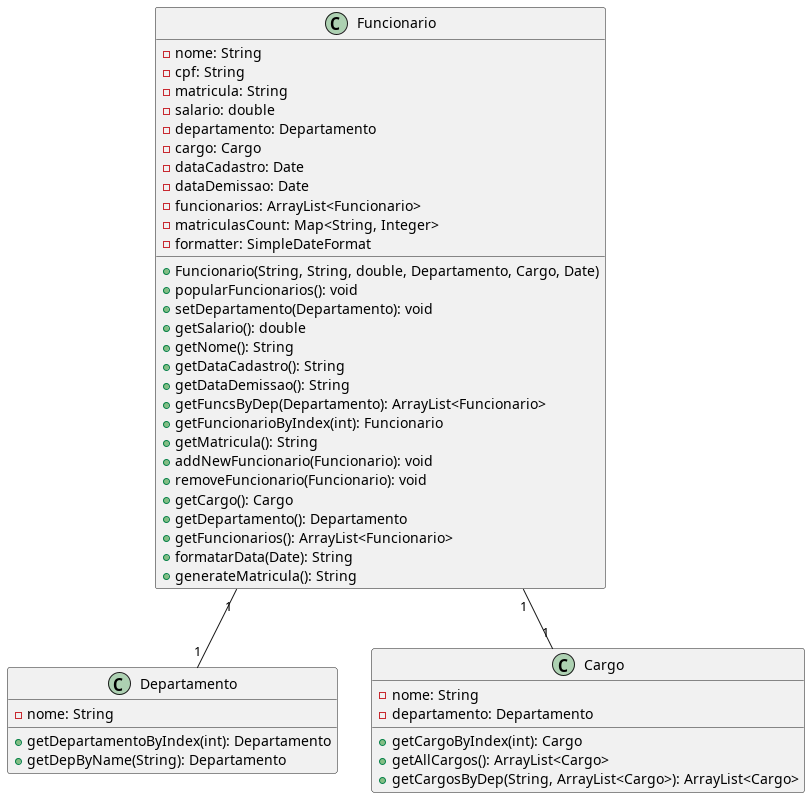
Above: UML.png in isabellexvr/secti-POO-gerenciamento-de-funcionarios (PlantUML), before the change. Source of this version:
```plantuml
@startuml

class Funcionario {
    - nome: String
    - cpf: String
    - matricula: String
    - salario: double
    - departamento: Departamento
    - cargo: Cargo
    - dataCadastro: Date
    - dataDemissao: Date
    - funcionarios: ArrayList<Funcionario>
    - matriculasCount: Map<String, Integer>
    - formatter: SimpleDateFormat

    + Funcionario(String, String, double, Departamento, Cargo, Date)
    + popularFuncionarios(): void
    + setDepartamento(Departamento): void
    + getSalario(): double
    + getNome(): String
    + getDataCadastro(): String
    + getDataDemissao(): String
    + getFuncsByDep(Departamento): ArrayList<Funcionario>
    + getFuncionarioByIndex(int): Funcionario
    + getMatricula(): String
    + addNewFuncionario(Funcionario): void
    + removeFuncionario(Funcionario): void
    + getCargo(): Cargo
    + getDepartamento(): Departamento
    + getFuncionarios(): ArrayList<Funcionario>
    + formatarData(Date): String
    + generateMatricula(): String
}

class Departamento {
    - nome: String

    + getDepartamentoByIndex(int): Departamento
    + getDepByName(String): Departamento
}

class Cargo {
    - nome: String
    - departamento: Departamento

    + getCargoByIndex(int): Cargo
    + getAllCargos(): ArrayList<Cargo>
    + getCargosByDep(String, ArrayList<Cargo>): ArrayList<Cargo>
}

Funcionario "1" -- "1" Departamento
Funcionario "1" -- "1" Cargo

@enduml
```
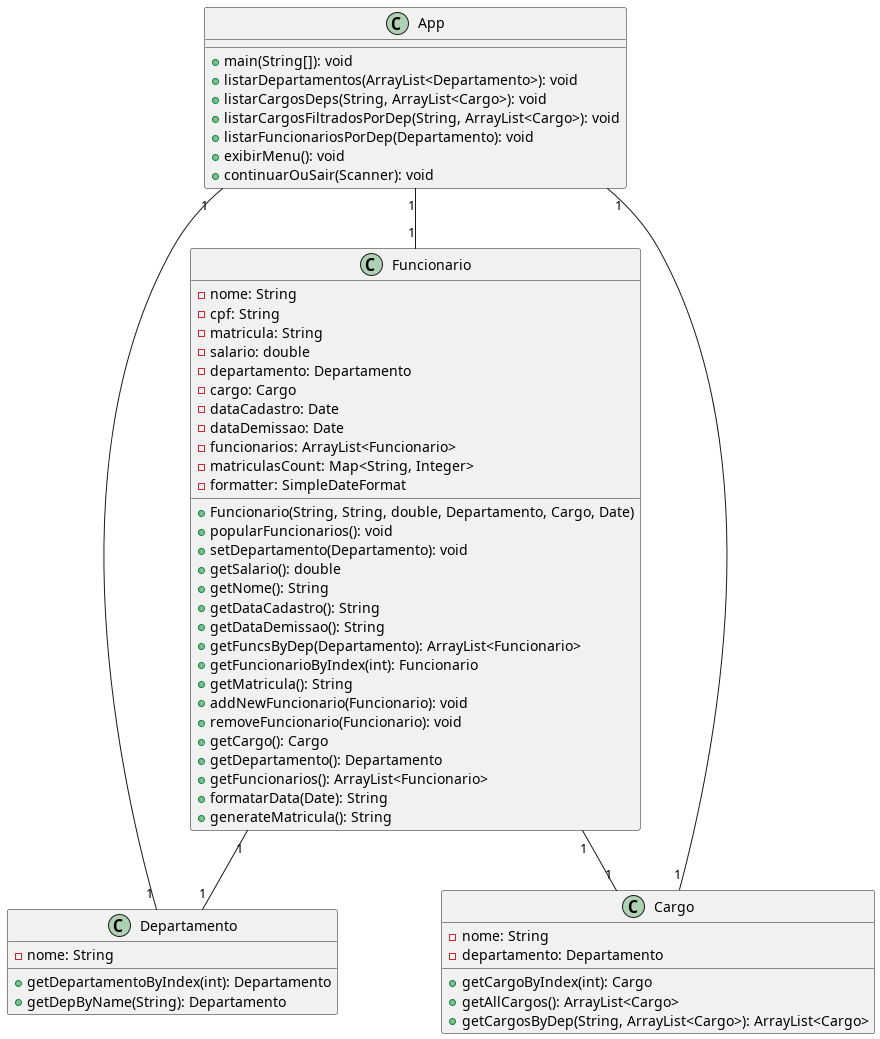
After the change.

What changed in the source:
```diff
@@ -48,7 +48,21 @@
     + getCargosByDep(String, ArrayList<Cargo>): ArrayList<Cargo>
 }
 
+class App {
+    + main(String[]): void
+    + listarDepartamentos(ArrayList<Departamento>): void
+    + listarCargosDeps(String, ArrayList<Cargo>): void
+    + listarCargosFiltradosPorDep(String, ArrayList<Cargo>): void
+    + listarFuncionariosPorDep(Departamento): void
+    + exibirMenu(): void
+    + continuarOuSair(Scanner): void
+}
+
 Funcionario "1" -- "1" Departamento
 Funcionario "1" -- "1" Cargo
 
+App "1" -- "1" Departamento
+App "1" -- "1" Cargo
+App "1" -- "1" Funcionario
+
 @enduml
```
